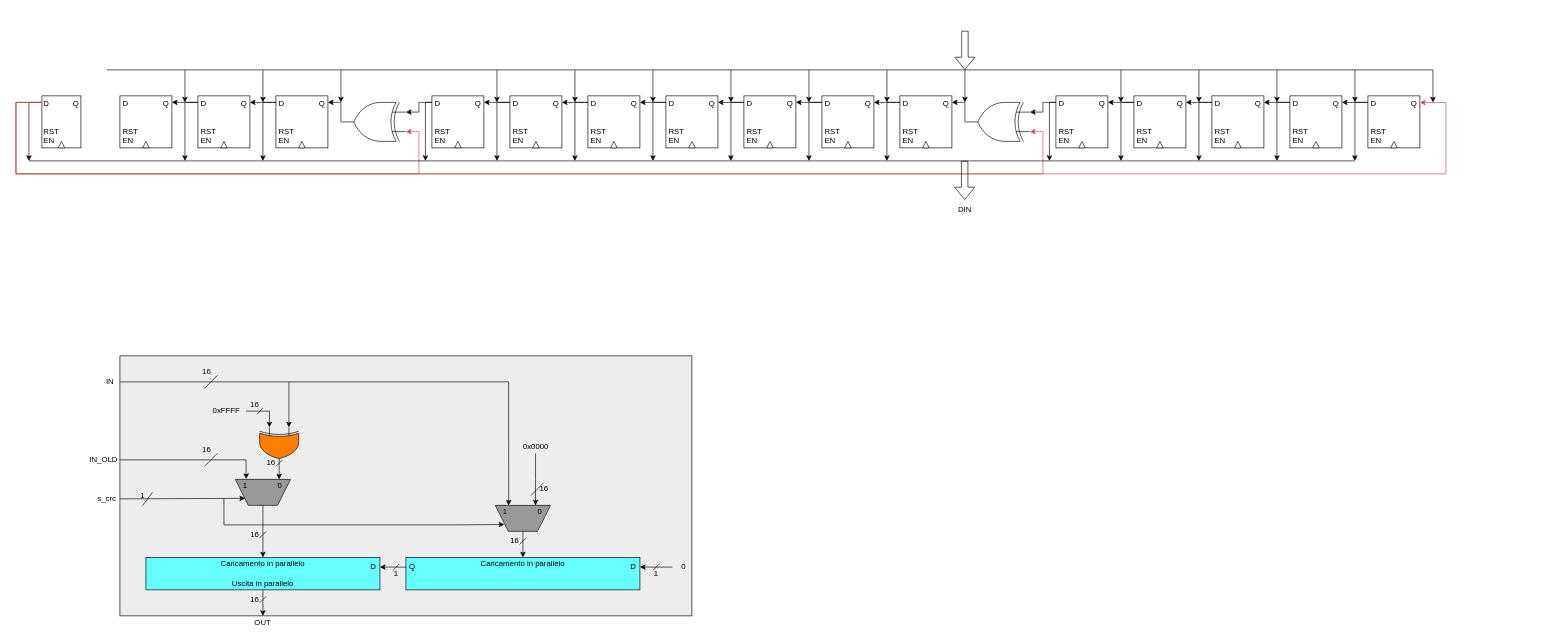
Before: datapath.drawio in robs2002/SDI, a draw.io diagram. Source tidied: cells renumbered, new cells numbered last; positions are measured from the earlier drawing's top-left corner, leaving out a move shared by most shapes. Both pictures are drawn from the tidied source at 65%, with x=0, y=0 at pixel (16, 31).
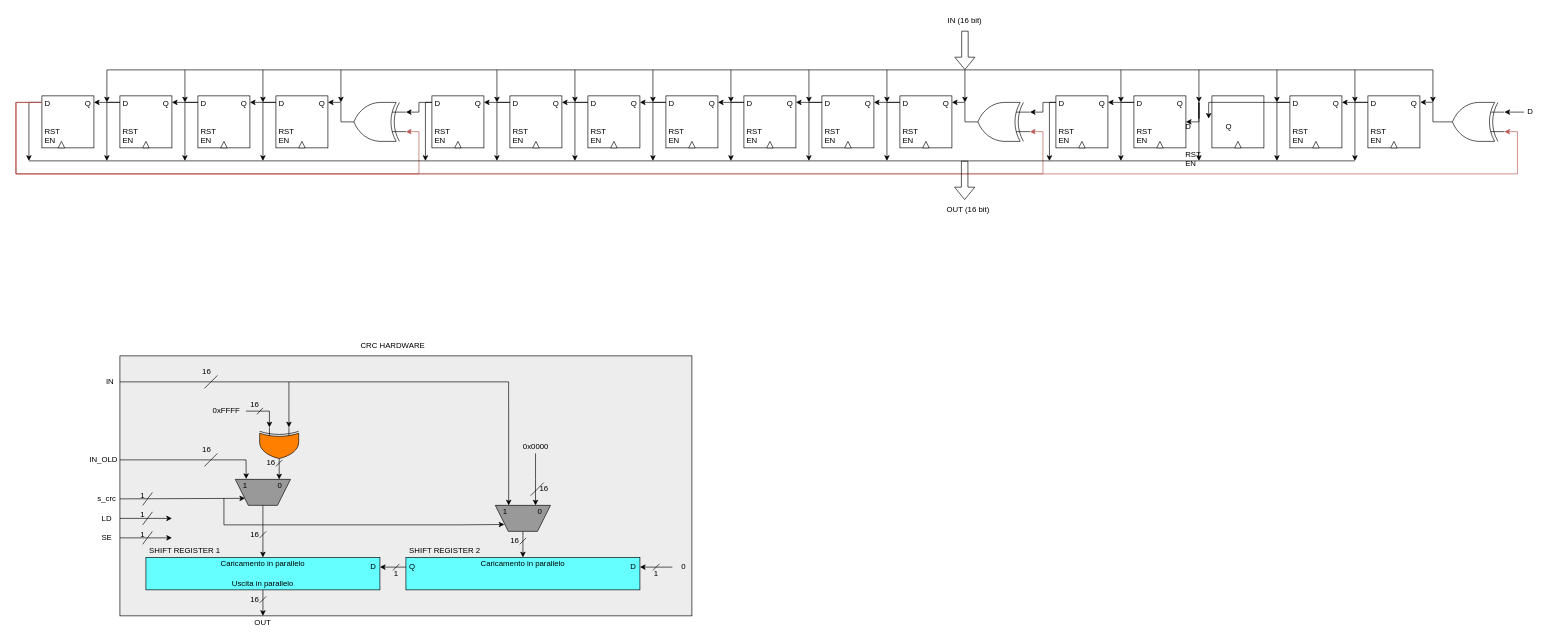
The same diagram, later.

Unchanged cells that the change refers to:
```xml
<mxCell id="21" style="verticalLabelPosition=bottom;shadow=0;dashed=0;align=center;html=1;verticalAlign=top;shape=mxgraph.electrical.logic_gates.logic_gate;operation=xor;rotation=-180;" parent="1" vertex="1">
  <mxGeometry x="500" y="110" width="100" height="60" as="geometry" />
</mxCell>
<mxCell id="57" style="verticalLabelPosition=bottom;shadow=0;dashed=0;align=center;html=1;verticalAlign=top;shape=mxgraph.electrical.logic_gates.logic_gate;operation=xor;rotation=-180;" parent="1" vertex="1">
  <mxGeometry x="1460" y="110" width="100" height="60" as="geometry" />
</mxCell>
<mxCell id="82" value="D&amp;nbsp; &amp;nbsp; &amp;nbsp; &amp;nbsp; &amp;nbsp; &amp;nbsp; &amp;nbsp; &amp;nbsp; Q&lt;br&gt;&lt;br&gt;&lt;br&gt;&lt;div style=&quot;text-align: justify;&quot;&gt;&lt;span style=&quot;background-color: initial;&quot;&gt;RST&lt;/span&gt;&lt;/div&gt;&lt;div style=&quot;text-align: justify;&quot;&gt;&lt;span style=&quot;background-color: initial;&quot;&gt;EN&lt;/span&gt;&lt;/div&gt;" style="text;html=1;strokeColor=none;fillColor=none;align=center;verticalAlign=middle;whiteSpace=wrap;rounded=0;" parent="1" vertex="1">
  <mxGeometry x="2080" y="100" width="80" height="80" as="geometry" />
</mxCell>
```

Diff of the diagram source:
```diff
@@
     <mxCell id="3" style="rounded=0;whiteSpace=wrap;html=1;" parent="1" vertex="1">
-      <mxGeometry x="40" y="100" width="60" height="80" as="geometry" />
+      <mxGeometry x="40" y="100" width="80" height="80" as="geometry" />
     </mxCell>
@@
-    <mxCell id="5" style="edgeStyle=orthogonalEdgeStyle;rounded=0;jettySize=auto;html=1;" parent="1" edge="1" source="6">
+    <mxCell id="5" style="edgeStyle=orthogonalEdgeStyle;rounded=0;orthogonalLoop=1;jettySize=auto;html=1;" parent="1" edge="1">
       <mxGeometry relative="1" as="geometry">
+        <mxPoint x="40" y="110" as="sourcePoint" />
         <mxPoint x="20" y="200" as="targetPoint" />
         <Array as="points">
           <mxPoint x="20" y="110" />
           <mxPoint x="20" y="200" />
         </Array>
       </mxGeometry>
     </mxCell>
-    <mxCell id="6" value="D&amp;nbsp; &amp;nbsp; &amp;nbsp; &amp;nbsp; &amp;nbsp; &amp;nbsp;Q&lt;br&gt;&lt;br&gt;&lt;br&gt;&lt;div style=&quot;text-align: justify;&quot;&gt;&lt;span style=&quot;background-color: initial;&quot;&gt;RST&lt;/span&gt;&lt;/div&gt;&lt;div style=&quot;text-align: justify;&quot;&gt;&lt;span style=&quot;background-color: initial;&quot;&gt;EN&lt;/span&gt;&lt;/div&gt;" style="text;html=1;strokeColor=none;fillColor=none;align=center;verticalAlign=middle;whiteSpace=wrap;rounded=0;" parent="1" vertex="1">
-      <mxGeometry x="40" y="100" width="60" height="80" as="geometry" />
-    </mxCell>
@@
     <mxCell id="72" value="D&amp;nbsp; &amp;nbsp; &amp;nbsp; &amp;nbsp; &amp;nbsp; &amp;nbsp; &amp;nbsp; &amp;nbsp; Q&lt;br&gt;&lt;br&gt;&lt;br&gt;&lt;div style=&quot;text-align: justify;&quot;&gt;&lt;span style=&quot;background-color: initial;&quot;&gt;RST&lt;/span&gt;&lt;/div&gt;&lt;div style=&quot;text-align: justify;&quot;&gt;&lt;span style=&quot;background-color: initial;&quot;&gt;EN&lt;/span&gt;&lt;/div&gt;" style="text;html=1;strokeColor=none;fillColor=none;align=center;verticalAlign=middle;whiteSpace=wrap;rounded=0;" parent="1" vertex="1">
-      <mxGeometry x="1840" y="100" width="80" height="80" as="geometry" />
+      <mxGeometry x="1795" y="135" width="80" height="80" as="geometry" />
     </mxCell>
@@
-    <mxCell id="84" style="edgeStyle=orthogonalEdgeStyle;rounded=0;jettySize=auto;html=1;entryX=0;entryY=0.25;entryDx=0;entryDy=0;entryPerimeter=0;exitX=0.001;exitY=0.127;exitDx=0;exitDy=0;exitPerimeter=0;fillColor=#f8cecc;strokeColor=#b85450;" parent="1" edge="1" source="6" target="57">
+    <mxCell id="84" style="edgeStyle=orthogonalEdgeStyle;rounded=0;jettySize=auto;html=1;entryX=0;entryY=0.25;entryDx=0;entryDy=0;entryPerimeter=0;exitX=0.001;exitY=0.127;exitDx=0;exitDy=0;exitPerimeter=0;fillColor=#f8cecc;strokeColor=#b85450;" parent="1" edge="1" target="57">
       <mxGeometry relative="1" as="geometry">
+        <mxPoint x="40.1" y="110.2" as="sourcePoint" />
         <Array as="points">
           <mxPoint y="110" />
           <mxPoint y="220" />
           <mxPoint x="1580" y="220" />
           <mxPoint x="1580" y="155" />
         </Array>
       </mxGeometry>
     </mxCell>
-    <mxCell id="85" style="edgeStyle=orthogonalEdgeStyle;rounded=0;jettySize=auto;html=1;entryX=0;entryY=0.25;entryDx=0;entryDy=0;entryPerimeter=0;fillColor=#f8cecc;strokeColor=#b85450;" parent="1" edge="1" source="6" target="21">
+    <mxCell id="85" style="edgeStyle=orthogonalEdgeStyle;rounded=0;jettySize=auto;html=1;entryX=0;entryY=0.25;entryDx=0;entryDy=0;entryPerimeter=0;fillColor=#f8cecc;strokeColor=#b85450;" parent="1" edge="1" target="21">
       <mxGeometry relative="1" as="geometry">
+        <mxPoint x="40" y="110" as="sourcePoint" />
         <Array as="points">
           <mxPoint y="110" />
           <mxPoint y="220" />
           <mxPoint x="620" y="220" />
           <mxPoint x="620" y="155" />
         </Array>
       </mxGeometry>
     </mxCell>
-    <mxCell id="86" style="edgeStyle=orthogonalEdgeStyle;rounded=0;jettySize=auto;html=1;entryX=1.001;entryY=0.127;entryDx=0;entryDy=0;entryPerimeter=0;fillColor=#f8cecc;strokeColor=#b85450;" parent="1" edge="1" source="6" target="82">
+    <mxCell id="86" style="edgeStyle=orthogonalEdgeStyle;rounded=0;jettySize=auto;html=1;entryX=0;entryY=0.25;entryDx=0;entryDy=0;entryPerimeter=0;fillColor=#f8cecc;strokeColor=#b85450;" parent="1" edge="1" target="176">
       <mxGeometry relative="1" as="geometry">
+        <mxPoint x="40" y="110" as="sourcePoint" />
         <Array as="points">
           <mxPoint y="110" />
           <mxPoint y="220" />
-          <mxPoint x="2200" y="220" />
-          <mxPoint x="2200" y="110" />
+          <mxPoint x="2310" y="220" />
+          <mxPoint x="2310" y="155" />
         </Array>
       </mxGeometry>
     </mxCell>
@@
-    <mxCell id="105" value="DIN" style="text;html=1;strokeColor=none;fillColor=none;align=center;verticalAlign=middle;whiteSpace=wrap;rounded=0;" parent="1" vertex="1">
-      <mxGeometry x="1430" y="260" width="60" height="30" as="geometry" />
+    <mxCell id="105" value="OUT (16 bit)" style="text;html=1;strokeColor=none;fillColor=none;align=center;verticalAlign=middle;whiteSpace=wrap;rounded=0;" parent="1" vertex="1">
+      <mxGeometry x="1430" y="260" width="70" height="30" as="geometry" />
     </mxCell>
@@
+    <mxCell id="162" value="SHIFT REGISTER 1" style="text;html=1;strokeColor=none;fillColor=none;align=center;verticalAlign=middle;whiteSpace=wrap;rounded=0;" parent="1" vertex="1">
+      <mxGeometry x="200" y="790" width="120" height="20" as="geometry" />
+    </mxCell>
+    <mxCell id="163" value="SHIFT REGISTER 2" style="text;html=1;strokeColor=none;fillColor=none;align=center;verticalAlign=middle;whiteSpace=wrap;rounded=0;" parent="1" vertex="1">
+      <mxGeometry x="600" y="790" width="120" height="20" as="geometry" />
+    </mxCell>
+    <mxCell id="164" value="LD" style="text;html=1;strokeColor=none;fillColor=none;align=center;verticalAlign=middle;whiteSpace=wrap;rounded=0;" parent="1" vertex="1">
+      <mxGeometry x="120" y="740" width="40" height="20" as="geometry" />
+    </mxCell>
+    <mxCell id="165" value="SE" style="text;html=1;strokeColor=none;fillColor=none;align=center;verticalAlign=middle;whiteSpace=wrap;rounded=0;" parent="1" vertex="1">
+      <mxGeometry x="120" y="770" width="40" height="20" as="geometry" />
+    </mxCell>
+    <mxCell id="166" style="endArrow=classic;html=1;rounded=0;" parent="1" edge="1">
+      <mxGeometry relative="1" as="geometry">
+        <mxPoint x="160" y="750" as="sourcePoint" />
+        <mxPoint x="240" y="750" as="targetPoint" />
+      </mxGeometry>
+    </mxCell>
+    <mxCell id="167" style="endArrow=none;html=1;rounded=0;" parent="1" edge="1">
+      <mxGeometry relative="1" as="geometry">
+        <mxPoint x="195" y="760" as="sourcePoint" />
+        <mxPoint x="210" y="740" as="targetPoint" />
+      </mxGeometry>
+    </mxCell>
+    <mxCell id="168" value="1" style="text;html=1;strokeColor=none;fillColor=none;align=center;verticalAlign=middle;whiteSpace=wrap;rounded=0;" parent="1" vertex="1">
+      <mxGeometry x="190" y="740" width="10" height="10" as="geometry" />
+    </mxCell>
+    <mxCell id="169" style="endArrow=classic;html=1;rounded=0;" parent="1" edge="1">
+      <mxGeometry relative="1" as="geometry">
+        <mxPoint x="160" y="780" as="sourcePoint" />
+        <mxPoint x="240" y="780" as="targetPoint" />
+      </mxGeometry>
+    </mxCell>
+    <mxCell id="170" style="endArrow=none;html=1;rounded=0;" parent="1" edge="1">
+      <mxGeometry relative="1" as="geometry">
+        <mxPoint x="194.9" y="790" as="sourcePoint" />
+        <mxPoint x="209.9" y="770" as="targetPoint" />
+      </mxGeometry>
+    </mxCell>
+    <mxCell id="171" value="1" style="text;html=1;strokeColor=none;fillColor=none;align=center;verticalAlign=middle;whiteSpace=wrap;rounded=0;" parent="1" vertex="1">
+      <mxGeometry x="189.9" y="770" width="10" height="10" as="geometry" />
+    </mxCell>
+    <mxCell id="172" value="CRC HARDWARE" style="text;html=1;strokeColor=none;fillColor=none;align=center;verticalAlign=middle;whiteSpace=wrap;rounded=0;" parent="1" vertex="1">
+      <mxGeometry x="520" y="470" width="120" height="30" as="geometry" />
+    </mxCell>
+    <mxCell id="6" value="D&amp;nbsp; &amp;nbsp; &amp;nbsp; &amp;nbsp; &amp;nbsp; &amp;nbsp; &amp;nbsp; &amp;nbsp; Q&lt;br&gt;&lt;br&gt;&lt;br&gt;&lt;div style=&quot;text-align: justify;&quot;&gt;&lt;span style=&quot;background-color: initial;&quot;&gt;RST&lt;/span&gt;&lt;/div&gt;&lt;div style=&quot;text-align: justify;&quot;&gt;&lt;span style=&quot;background-color: initial;&quot;&gt;EN&lt;/span&gt;&lt;/div&gt;" style="text;html=1;strokeColor=none;fillColor=none;align=center;verticalAlign=middle;whiteSpace=wrap;rounded=0;" parent="1" vertex="1">
+      <mxGeometry x="40" y="100" width="80" height="80" as="geometry" />
+    </mxCell>
+    <mxCell id="173" style="edgeStyle=orthogonalEdgeStyle;rounded=0;orthogonalLoop=1;jettySize=auto;html=1;" parent="1" edge="1">
+      <mxGeometry relative="1" as="geometry">
+        <mxPoint x="160" y="110" as="sourcePoint" />
+        <mxPoint x="120" y="110" as="targetPoint" />
+        <Array as="points">
+          <mxPoint x="140" y="110" />
+          <mxPoint x="140" y="110" />
+        </Array>
+      </mxGeometry>
+    </mxCell>
+    <mxCell id="174" style="edgeStyle=orthogonalEdgeStyle;rounded=0;orthogonalLoop=1;jettySize=auto;html=1;" parent="1" edge="1">
+      <mxGeometry relative="1" as="geometry">
+        <mxPoint x="160" y="110" as="sourcePoint" />
+        <mxPoint x="139.9" y="200" as="targetPoint" />
+        <Array as="points">
+          <mxPoint x="139.9" y="110" />
+        </Array>
+      </mxGeometry>
+    </mxCell>
+    <mxCell id="175" style="endArrow=classic;html=1;rounded=0;" parent="1" edge="1">
+      <mxGeometry relative="1" as="geometry">
+        <mxPoint x="140" y="60" as="sourcePoint" />
+        <mxPoint x="139.9" y="110" as="targetPoint" />
+      </mxGeometry>
+    </mxCell>
+    <mxCell id="176" style="verticalLabelPosition=bottom;shadow=0;dashed=0;align=center;html=1;verticalAlign=top;shape=mxgraph.electrical.logic_gates.logic_gate;operation=xor;rotation=-180;" parent="1" vertex="1">
+      <mxGeometry x="2190" y="110" width="100" height="60" as="geometry" />
+    </mxCell>
+    <mxCell id="177" style="edgeStyle=orthogonalEdgeStyle;rounded=0;jettySize=auto;html=1;entryX=1.007;entryY=0.122;entryDx=0;entryDy=0;entryPerimeter=0;" parent="1" edge="1" source="176" target="82">
+      <mxGeometry relative="1" as="geometry">
+        <Array as="points">
+          <mxPoint x="2180" y="140" />
+          <mxPoint x="2180" y="110" />
+        </Array>
+      </mxGeometry>
+    </mxCell>
+    <mxCell id="178" style="endArrow=classic;html=1;rounded=0;entryX=0;entryY=0.75;entryDx=0;entryDy=0;entryPerimeter=0;" parent="1" edge="1" target="176">
+      <mxGeometry relative="1" as="geometry">
+        <mxPoint x="2320" y="125" as="sourcePoint" />
+      </mxGeometry>
+    </mxCell>
+    <mxCell id="179" value="IN (16 bit)" style="text;html=1;strokeColor=none;fillColor=none;align=center;verticalAlign=middle;whiteSpace=wrap;rounded=0;" parent="1" vertex="1">
+      <mxGeometry x="1430" y="-30" width="60" height="30" as="geometry" />
+    </mxCell>
+    <mxCell id="180" value="D" style="text;html=1;strokeColor=none;fillColor=none;align=center;verticalAlign=middle;whiteSpace=wrap;rounded=0;" parent="1" vertex="1">
+      <mxGeometry x="2320" y="110" width="20" height="30" as="geometry" />
+    </mxCell>
```
